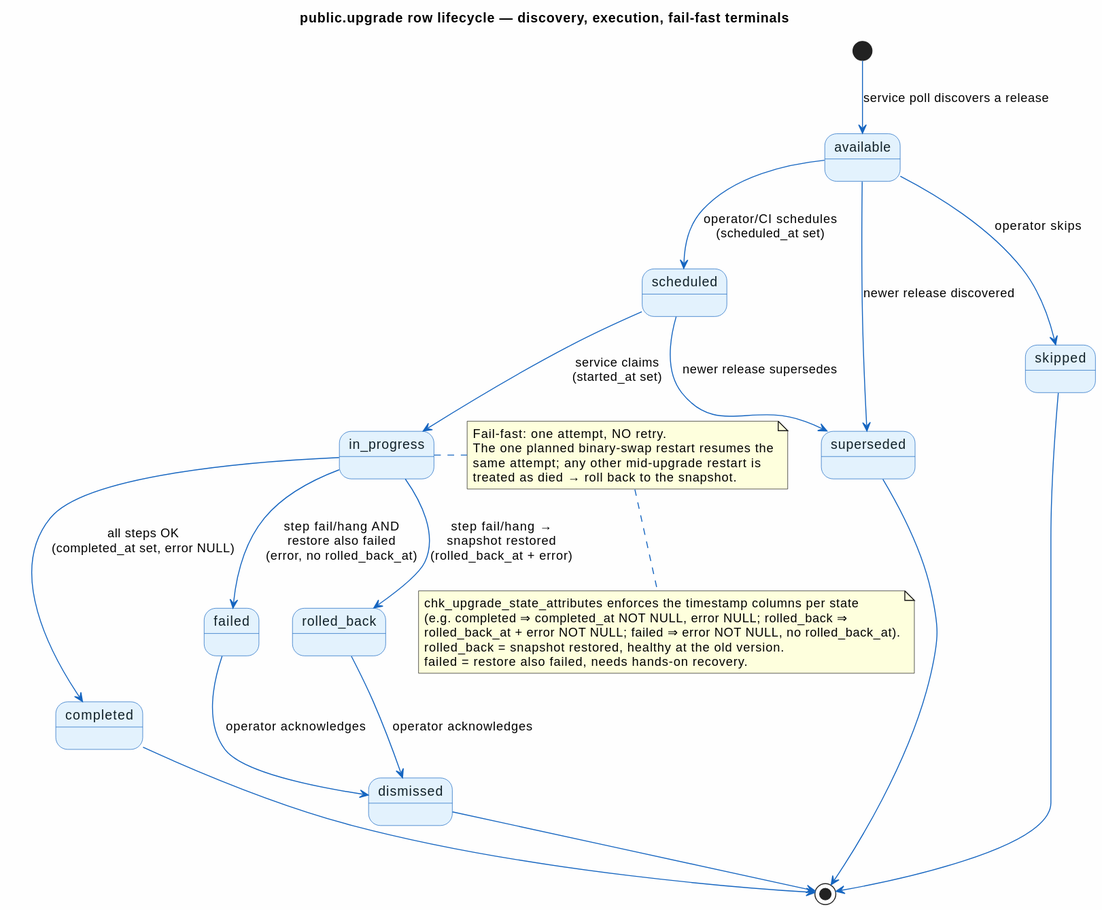
This is doc/diagrams/upgrade-lifecycle.svg from statisticsnorway/statbus, a PlantUML export, as it was before one commit.
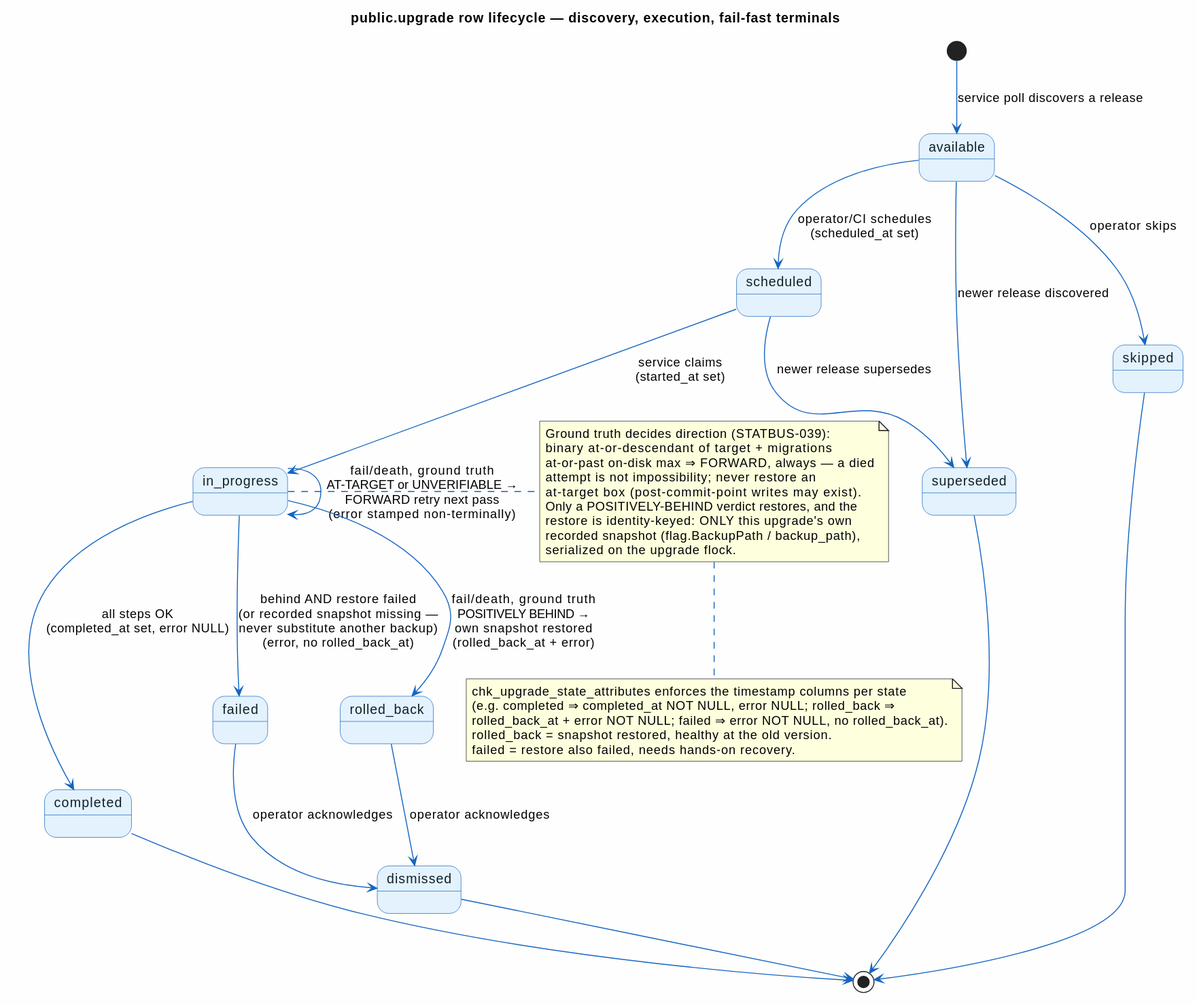
The same diagram one commit later.

Commit message:
doc: refresh upgrade docs + diagrams to the STATBUS-039/-040/-041 architecture (STATBUS-042)

What changed in the source:
```diff
@@ -19,14 +19,20 @@
 scheduled --> superseded : newer release supersedes
 
 in_progress --> completed : all steps OK\n(completed_at set, error NULL)
-in_progress --> rolled_back : step fail/hang →\nsnapshot restored\n(rolled_back_at + error)
-in_progress --> failed : step fail/hang AND\nrestore also failed\n(error, no rolled_back_at)
+in_progress --> in_progress : fail/death, ground truth\nAT-TARGET or UNVERIFIABLE →\nFORWARD retry next pass\n(error stamped non-terminally)
+in_progress --> rolled_back : fail/death, ground truth\nPOSITIVELY BEHIND →\nown snapshot restored\n(rolled_back_at + error)
+in_progress --> failed : behind AND restore failed\n(or recorded snapshot missing —\nnever substitute another backup)\n(error, no rolled_back_at)
 
 note right of in_progress
-  Fail-fast: one attempt, NO retry.
-  The one planned binary-swap restart resumes the
-  same attempt; any other mid-upgrade restart is
-  treated as died → roll back to the snapshot.
+  Ground truth decides direction (STATBUS-039):
+  binary at-or-descendant of target + migrations
+  at-or-past on-disk max ⇒ FORWARD, always — a died
+  attempt is not impossibility; never restore an
+  at-target box (post-commit-point writes may exist).
+  Only a POSITIVELY-BEHIND verdict restores, and the
+  restore is identity-keyed: ONLY this upgrade's own
+  recorded snapshot (flag.BackupPath / backup_path),
+  serialized on the upgrade flock.
 end note
 
 rolled_back --> dismissed : operator acknowledges
```
